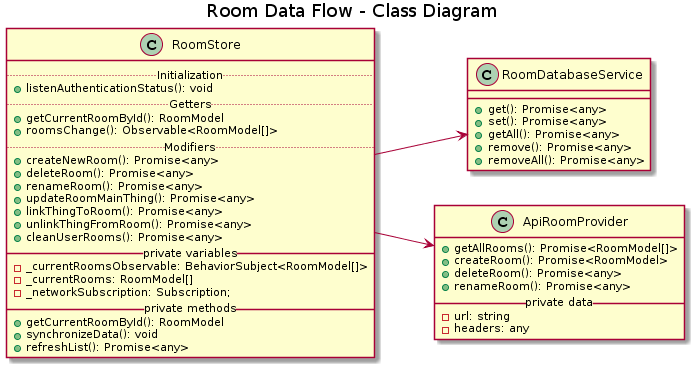
Before: figures/diagrams/front/data-flow/room.png, a diagram exported from PlantUML (Kadaiser/Memoria-de-Trabajo-de-Fin-de-Grado). Source of this version:
```plantuml
@startuml
left to right direction

title Room Data Flow - Class Diagram

class RoomStore {
  .. Initialization ..
  + listenAuthenticationStatus(): void
  .. Getters ..
  + getCurrentRoomById(): RoomModel
  + roomsChange(): Observable<RoomModel[]>
  .. Modifiers ..
  + createNewRoom(): Promise<any>
  + deleteRoom(): Promise<any>
  + renameRoom(): Promise<any>
  + updateRoomMainThing(): Promise<any>
  + linkThingToRoom(): Promise<any>
  + unlinkThingFromRoom(): Promise<any>
  + cleanUserRooms(): Promise<any>
  __ private variables __
  - _currentRoomsObservable: BehaviorSubject<RoomModel[]>
  - _currentRooms: RoomModel[]
  - _networkSubscription: Subscription;
  __ private methods __
  + getCurrentRoomById(): RoomModel
  + synchronizeData(): void
  + refreshList(): Promise<any>
}

class RoomDatabaseService {
  + get(): Promise<any>
  + set(): Promise<any>
  + getAll(): Promise<any>
  + remove(): Promise<any>
  + removeAll(): Promise<any>
}

class ApiRoomProvider {
  + getAllRooms(): Promise<RoomModel[]>
  + createRoom(): Promise<RoomModel>
  + deleteRoom(): Promise<any>
  + renameRoom(): Promise<any>
  __ private data __
  - url: string
  - headers: any
}

RoomStore -down-> RoomDatabaseService
RoomStore -down-> ApiRoomProvider
@enduml
```
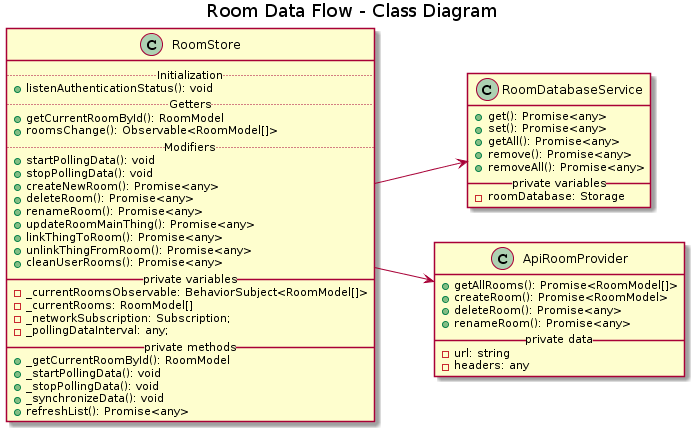
After the commit.

Change to the diagram source:
```diff
@@ -10,6 +10,8 @@
   + getCurrentRoomById(): RoomModel
   + roomsChange(): Observable<RoomModel[]>
   .. Modifiers ..
+  + startPollingData(): void
+  + stopPollingData(): void
   + createNewRoom(): Promise<any>
   + deleteRoom(): Promise<any>
   + renameRoom(): Promise<any>
@@ -21,9 +23,12 @@
   - _currentRoomsObservable: BehaviorSubject<RoomModel[]>
   - _currentRooms: RoomModel[]
   - _networkSubscription: Subscription;
+  - _pollingDataInterval: any;
   __ private methods __
-  + getCurrentRoomById(): RoomModel
-  + synchronizeData(): void
+  + _getCurrentRoomById(): RoomModel
+  + _startPollingData(): void
+  + _stopPollingData(): void
+  + _synchronizeData(): void
   + refreshList(): Promise<any>
 }
 
@@ -33,6 +38,8 @@
   + getAll(): Promise<any>
   + remove(): Promise<any>
   + removeAll(): Promise<any>
+  __ private variables __
+  - roomDatabase: Storage
 }
 
 class ApiRoomProvider {
```
